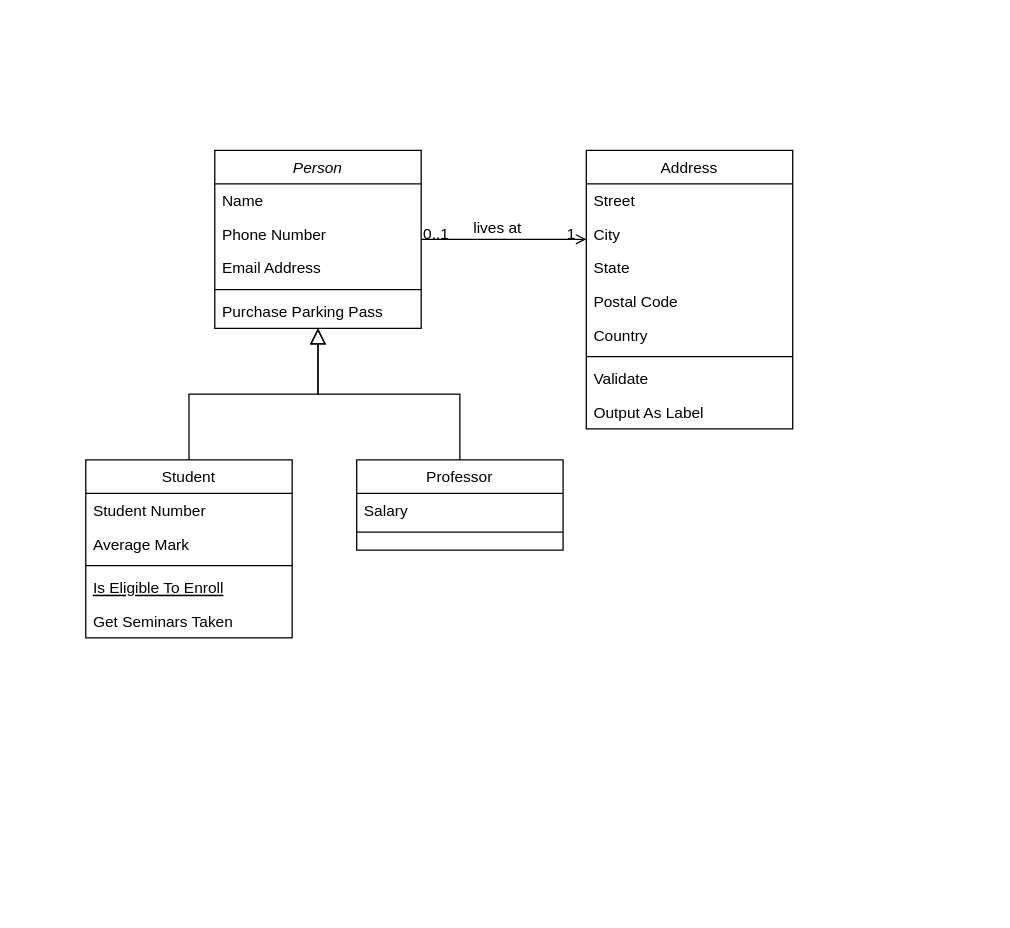
This is PROYECTO1.drawio from NyanCat6886/BasesDeDatosETSITGC, a draw.io file, before an edit. Source tidied: cells renumbered, new cells numbered last; positions are measured from the earlier drawing's top-left corner, leaving out a move shared by most shapes. Both pictures are drawn from the tidied source at 129%, with x=0, y=0 at pixel (85, 150).
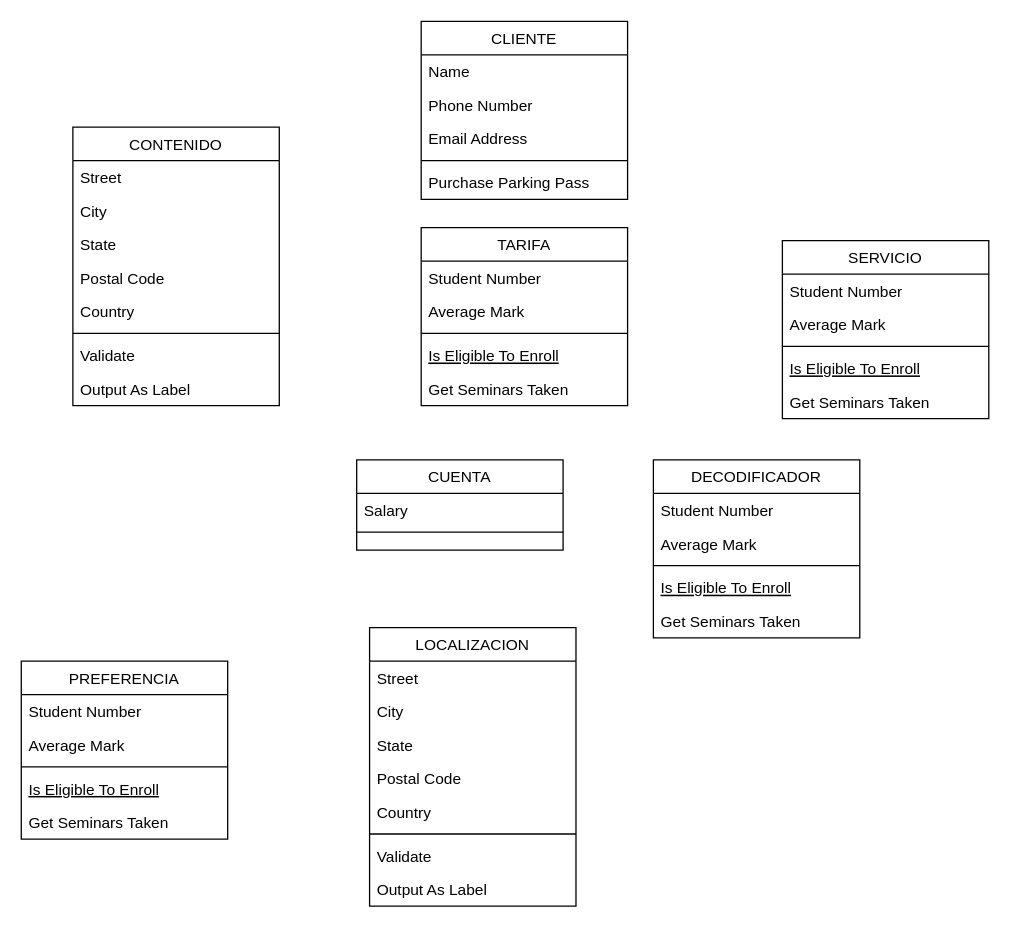
After the change.

Change to the diagram source:
```diff
@@
-    <mxCell id="2" value="Person" style="swimlane;fontStyle=2;align=center;verticalAlign=top;horizontal=1;startSize=26;rounded=0;shadow=0;strokeWidth=1;" parent="1" vertex="1">
-      <mxGeometry x="100" width="160" height="138" as="geometry" />
+    <mxCell id="2" value="CLIENTE" style="swimlane;fontStyle=0;align=center;verticalAlign=top;horizontal=1;startSize=26;rounded=0;shadow=0;strokeWidth=1;" parent="1" vertex="1">
+      <mxGeometry x="260" y="-100" width="160" height="138" as="geometry" />
     </mxCell>
@@
-    <mxCell id="8" value="Student" style="swimlane;fontStyle=0;align=center;verticalAlign=top;horizontal=1;startSize=26;rounded=0;shadow=0;strokeWidth=1;" parent="1" vertex="1">
-      <mxGeometry y="240" width="160" height="138" as="geometry" />
+    <mxCell id="8" value="PREFERENCIA" style="swimlane;fontStyle=0;align=center;verticalAlign=top;horizontal=1;startSize=26;rounded=0;shadow=0;strokeWidth=1;" parent="1" vertex="1">
+      <mxGeometry x="-50" y="396" width="160" height="138" as="geometry" />
     </mxCell>
@@
-    <mxCell id="14" style="endArrow=block;endSize=10;endFill=0;shadow=0;strokeWidth=1;rounded=0;curved=0;edgeStyle=elbowEdgeStyle;elbow=vertical;" parent="1" edge="1" source="8" target="2">
-      <mxGeometry relative="1" as="geometry" />
-    </mxCell>
-    <mxCell id="15" value="Professor" style="swimlane;fontStyle=0;align=center;verticalAlign=top;horizontal=1;startSize=26;rounded=0;shadow=0;strokeWidth=1;" parent="1" vertex="1">
+    <mxCell id="15" value="CUENTA" style="swimlane;fontStyle=0;align=center;verticalAlign=top;horizontal=1;startSize=26;rounded=0;shadow=0;strokeWidth=1;" parent="1" vertex="1">
       <mxGeometry x="210" y="240" width="160" height="70" as="geometry" />
     </mxCell>
@@
-    <mxCell id="18" style="endArrow=block;endSize=10;endFill=0;shadow=0;strokeWidth=1;rounded=0;curved=0;edgeStyle=elbowEdgeStyle;elbow=vertical;" parent="1" edge="1" source="15" target="2">
-      <mxGeometry relative="1" as="geometry" />
-    </mxCell>
-    <mxCell id="19" value="Address" style="swimlane;fontStyle=0;align=center;verticalAlign=top;horizontal=1;startSize=26;rounded=0;shadow=0;strokeWidth=1;" parent="1" vertex="1">
-      <mxGeometry x="388" width="160" height="216" as="geometry" />
+    <mxCell id="19" value="CONTENIDO " style="swimlane;fontStyle=0;align=center;verticalAlign=top;horizontal=1;startSize=26;rounded=0;shadow=0;strokeWidth=1;" parent="1" vertex="1">
+      <mxGeometry x="-10" y="-18" width="160" height="216" as="geometry" />
     </mxCell>
@@
-    <mxCell id="28" style="endArrow=open;shadow=0;strokeWidth=1;rounded=0;curved=0;endFill=1;edgeStyle=elbowEdgeStyle;elbow=vertical;" parent="1" edge="1" source="2" target="19">
-      <mxGeometry x="0.5" y="41" relative="1" as="geometry">
-        <mxPoint x="-40" y="32" as="offset" />
-      </mxGeometry>
-    </mxCell>
-    <mxCell id="29" value="0..1" style="align=left;verticalAlign=bottom;labelBackgroundColor=none;fontSize=12;" parent="28" vertex="1">
-      <mxGeometry x="-1" relative="1" as="geometry">
-        <mxPoint y="4" as="offset" />
-      </mxGeometry>
-    </mxCell>
-    <mxCell id="30" value="1" style="align=right;verticalAlign=bottom;labelBackgroundColor=none;fontSize=12;" parent="28" vertex="1">
-      <mxGeometry x="1" relative="1" as="geometry">
-        <mxPoint x="-7" y="4" as="offset" />
-      </mxGeometry>
-    </mxCell>
-    <mxCell id="31" value="lives at" style="text;html=1;align=center;verticalAlign=middle;labelBackgroundColor=none;rounded=0;shadow=0;strokeWidth=1;fontSize=12;" parent="28" vertex="1">
-      <mxGeometry x="0.5" y="49" relative="1" as="geometry">
-        <mxPoint x="-38" y="40" as="offset" />
-      </mxGeometry>
-    </mxCell>
+    <mxCell id="32" value="DECODIFICADOR" style="swimlane;fontStyle=0;align=center;verticalAlign=top;horizontal=1;startSize=26;rounded=0;shadow=0;strokeWidth=1;" parent="1" vertex="1">
+      <mxGeometry x="440" y="240" width="160" height="138" as="geometry" />
+    </mxCell>
+    <mxCell id="33" value="Student Number" style="text;align=left;verticalAlign=top;spacingLeft=4;spacingRight=4;overflow=hidden;" parent="32" vertex="1">
+      <mxGeometry y="26" width="160" height="26" as="geometry" />
+    </mxCell>
+    <mxCell id="34" value="Average Mark" style="text;align=left;verticalAlign=top;spacingLeft=4;spacingRight=4;overflow=hidden;rounded=0;shadow=0;html=0;" parent="32" vertex="1">
+      <mxGeometry y="52" width="160" height="26" as="geometry" />
+    </mxCell>
+    <mxCell id="35" style="line;html=1;strokeWidth=1;align=left;verticalAlign=middle;spacingTop=-1;spacingLeft=3;spacingRight=3;labelPosition=right;" parent="32" vertex="1">
+      <mxGeometry y="78" width="160" height="8" as="geometry" />
+    </mxCell>
+    <mxCell id="36" value="Is Eligible To Enroll" style="text;align=left;verticalAlign=top;spacingLeft=4;spacingRight=4;overflow=hidden;fontStyle=4;" parent="32" vertex="1">
+      <mxGeometry y="86" width="160" height="26" as="geometry" />
+    </mxCell>
+    <mxCell id="37" value="Get Seminars Taken" style="text;align=left;verticalAlign=top;spacingLeft=4;spacingRight=4;overflow=hidden;" parent="32" vertex="1">
+      <mxGeometry y="112" width="160" height="26" as="geometry" />
+    </mxCell>
+    <mxCell id="38" value="SERVICIO" style="swimlane;fontStyle=0;align=center;verticalAlign=top;horizontal=1;startSize=26;rounded=0;shadow=0;strokeWidth=1;" parent="1" vertex="1">
+      <mxGeometry x="540" y="70" width="160" height="138" as="geometry" />
+    </mxCell>
+    <mxCell id="39" value="Student Number" style="text;align=left;verticalAlign=top;spacingLeft=4;spacingRight=4;overflow=hidden;" parent="38" vertex="1">
+      <mxGeometry y="26" width="160" height="26" as="geometry" />
+    </mxCell>
+    <mxCell id="40" value="Average Mark" style="text;align=left;verticalAlign=top;spacingLeft=4;spacingRight=4;overflow=hidden;rounded=0;shadow=0;html=0;" parent="38" vertex="1">
+      <mxGeometry y="52" width="160" height="26" as="geometry" />
+    </mxCell>
+    <mxCell id="41" style="line;html=1;strokeWidth=1;align=left;verticalAlign=middle;spacingTop=-1;spacingLeft=3;spacingRight=3;labelPosition=right;" parent="38" vertex="1">
+      <mxGeometry y="78" width="160" height="8" as="geometry" />
+    </mxCell>
+    <mxCell id="42" value="Is Eligible To Enroll" style="text;align=left;verticalAlign=top;spacingLeft=4;spacingRight=4;overflow=hidden;fontStyle=4;" parent="38" vertex="1">
+      <mxGeometry y="86" width="160" height="26" as="geometry" />
+    </mxCell>
+    <mxCell id="43" value="Get Seminars Taken" style="text;align=left;verticalAlign=top;spacingLeft=4;spacingRight=4;overflow=hidden;" parent="38" vertex="1">
+      <mxGeometry y="112" width="160" height="26" as="geometry" />
+    </mxCell>
+    <mxCell id="44" value="TARIFA" style="swimlane;fontStyle=0;align=center;verticalAlign=top;horizontal=1;startSize=26;rounded=0;shadow=0;strokeWidth=1;" parent="1" vertex="1">
+      <mxGeometry x="260" y="60" width="160" height="138" as="geometry" />
+    </mxCell>
+    <mxCell id="45" value="Student Number" style="text;align=left;verticalAlign=top;spacingLeft=4;spacingRight=4;overflow=hidden;" parent="44" vertex="1">
+      <mxGeometry y="26" width="160" height="26" as="geometry" />
+    </mxCell>
+    <mxCell id="46" value="Average Mark" style="text;align=left;verticalAlign=top;spacingLeft=4;spacingRight=4;overflow=hidden;rounded=0;shadow=0;html=0;" parent="44" vertex="1">
+      <mxGeometry y="52" width="160" height="26" as="geometry" />
+    </mxCell>
+    <mxCell id="47" style="line;html=1;strokeWidth=1;align=left;verticalAlign=middle;spacingTop=-1;spacingLeft=3;spacingRight=3;labelPosition=right;" parent="44" vertex="1">
+      <mxGeometry y="78" width="160" height="8" as="geometry" />
+    </mxCell>
+    <mxCell id="48" value="Is Eligible To Enroll" style="text;align=left;verticalAlign=top;spacingLeft=4;spacingRight=4;overflow=hidden;fontStyle=4;" parent="44" vertex="1">
+      <mxGeometry y="86" width="160" height="26" as="geometry" />
+    </mxCell>
+    <mxCell id="49" value="Get Seminars Taken" style="text;align=left;verticalAlign=top;spacingLeft=4;spacingRight=4;overflow=hidden;" parent="44" vertex="1">
+      <mxGeometry y="112" width="160" height="26" as="geometry" />
+    </mxCell>
+    <mxCell id="50" value="LOCALIZACION" style="swimlane;fontStyle=0;align=center;verticalAlign=top;horizontal=1;startSize=26;rounded=0;shadow=0;strokeWidth=1;" parent="1" vertex="1">
+      <mxGeometry x="220" y="370" width="160" height="216" as="geometry" />
+    </mxCell>
+    <mxCell id="51" value="Street" style="text;align=left;verticalAlign=top;spacingLeft=4;spacingRight=4;overflow=hidden;" parent="50" vertex="1">
+      <mxGeometry y="26" width="160" height="26" as="geometry" />
+    </mxCell>
+    <mxCell id="52" value="City" style="text;align=left;verticalAlign=top;spacingLeft=4;spacingRight=4;overflow=hidden;rounded=0;shadow=0;html=0;" parent="50" vertex="1">
+      <mxGeometry y="52" width="160" height="26" as="geometry" />
+    </mxCell>
+    <mxCell id="53" value="State" style="text;align=left;verticalAlign=top;spacingLeft=4;spacingRight=4;overflow=hidden;rounded=0;shadow=0;html=0;" parent="50" vertex="1">
+      <mxGeometry y="78" width="160" height="26" as="geometry" />
+    </mxCell>
+    <mxCell id="54" value="Postal Code" style="text;align=left;verticalAlign=top;spacingLeft=4;spacingRight=4;overflow=hidden;rounded=0;shadow=0;html=0;" parent="50" vertex="1">
+      <mxGeometry y="104" width="160" height="26" as="geometry" />
+    </mxCell>
+    <mxCell id="55" value="Country" style="text;align=left;verticalAlign=top;spacingLeft=4;spacingRight=4;overflow=hidden;rounded=0;shadow=0;html=0;" parent="50" vertex="1">
+      <mxGeometry y="130" width="160" height="26" as="geometry" />
+    </mxCell>
+    <mxCell id="56" style="line;html=1;strokeWidth=1;align=left;verticalAlign=middle;spacingTop=-1;spacingLeft=3;spacingRight=3;labelPosition=right;" parent="50" vertex="1">
+      <mxGeometry y="156" width="160" height="8" as="geometry" />
+    </mxCell>
+    <mxCell id="57" value="Validate" style="text;align=left;verticalAlign=top;spacingLeft=4;spacingRight=4;overflow=hidden;" parent="50" vertex="1">
+      <mxGeometry y="164" width="160" height="26" as="geometry" />
+    </mxCell>
+    <mxCell id="58" value="Output As Label" style="text;align=left;verticalAlign=top;spacingLeft=4;spacingRight=4;overflow=hidden;" parent="50" vertex="1">
+      <mxGeometry y="190" width="160" height="26" as="geometry" />
+    </mxCell>
```
